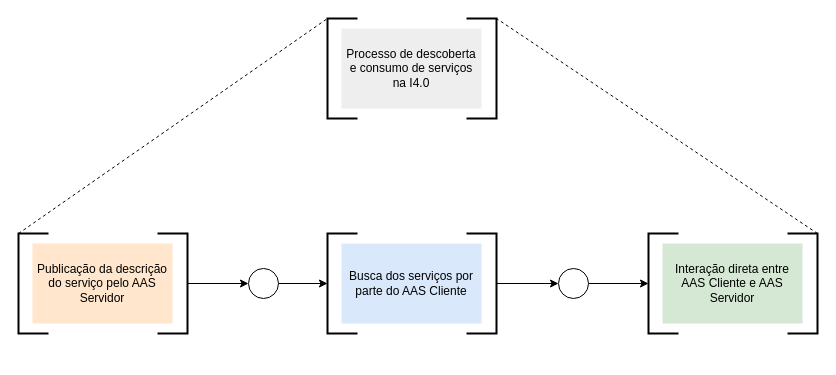
Above: page "pfs-ws" (2 of 12) of imagens/diagramas/aas.drawio in hvitoi/i4.0-PLM (draw.io), before the change. Source tidied: cells renumbered, new cells numbered last; positions are measured from the earlier drawing's top-left corner, leaving out a move shared by most shapes. Both pictures are drawn from the tidied source at 100%, with x=0, y=0 at pixel (18, 18).
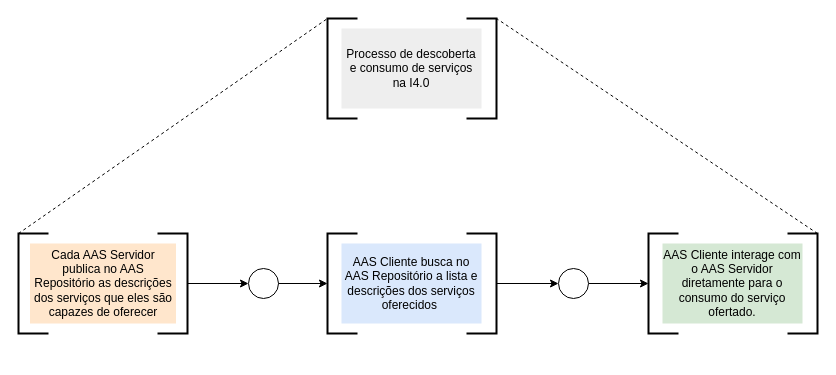
After the change.

The change refers to these unchanged cells:
```xml
<mxCell id="7" style="group;" parent="6" vertex="1">
  <mxGeometry x="-40" y="-25" width="169" height="100" as="geometry" />
</mxCell>
<mxCell id="11" style="group;" parent="1" vertex="1">
  <mxGeometry x="309" y="215" width="169" height="100" as="geometry" />
</mxCell>
<mxCell id="15" style="group;" parent="1" vertex="1">
  <mxGeometry x="630" y="215" width="169" height="100" as="geometry" />
</mxCell>
```

Diff of the diagram source:
```diff
@@
-    <mxCell id="9" value="Publicação da descrição do serviço pelo AAS Servidor" style="rounded=0;whiteSpace=wrap;html=1;fillColor=#ffe6cc;strokeColor=none;" parent="7" vertex="1">
-      <mxGeometry x="14" y="10" width="140" height="80" as="geometry" />
+    <mxCell id="9" value="Cada AAS Servidor publica no AAS Repositório as descrições dos serviços que eles são capazes de oferecer" style="rounded=0;whiteSpace=wrap;html=1;fillColor=#ffe6cc;strokeColor=none;" parent="7" vertex="1">
+      <mxGeometry x="11.5" y="10" width="146" height="80" as="geometry" />
     </mxCell>
@@
-    <mxCell id="13" value="Busca dos serviços por parte do AAS Cliente" style="rounded=0;whiteSpace=wrap;html=1;fillColor=#dae8fc;strokeColor=none;" parent="11" vertex="1">
+    <mxCell id="13" value="AAS Cliente busca no AAS Repositório a lista e descrições dos serviços oferecidos&amp;nbsp;" style="rounded=0;whiteSpace=wrap;html=1;fillColor=#dae8fc;strokeColor=none;" parent="11" vertex="1">
       <mxGeometry x="14" y="10" width="140" height="80" as="geometry" />
     </mxCell>
@@
-    <mxCell id="17" value="Interação direta entre AAS Cliente e AAS Servidor" style="rounded=0;whiteSpace=wrap;html=1;fillColor=#d5e8d4;strokeColor=none;" parent="15" vertex="1">
+    <mxCell id="17" value="AAS Cliente interage com o AAS Servidor diretamente para o consumo do serviço ofertado." style="rounded=0;whiteSpace=wrap;html=1;fillColor=#d5e8d4;strokeColor=none;" parent="15" vertex="1">
       <mxGeometry x="14" y="10" width="140" height="80" as="geometry" />
     </mxCell>
```
